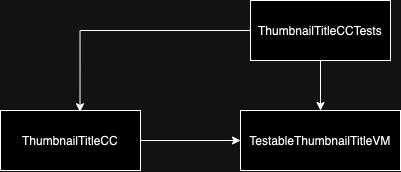
Above: MarvelSampleTests/Tests/BaseTableVC/BaseTableVCTests.drawio.png in hiren9697/MavelSample (draw.io), before the change. Source tidied: cells renumbered, new cells last; positions are measured from the earlier drawing's top-left corner, leaving out a move shared by most shapes. Its diagram source:
```xml
<mxGraphModel>
  <root>
    <mxCell id="0" />
    <mxCell id="1" parent="0" />
    <mxCell id="2" style="edgeStyle=orthogonalEdgeStyle;rounded=0;jettySize=auto;html=1;entryX=0.5;entryY=0;entryDx=0;entryDy=0;" parent="1" edge="1" source="3" target="6">
      <mxGeometry relative="1" as="geometry" />
    </mxCell>
    <mxCell id="3" value="ThumbnailTitleCCTests" style="rounded=0;whiteSpace=wrap;html=1;" parent="1" vertex="1">
      <mxGeometry x="250" width="140" height="60" as="geometry" />
    </mxCell>
    <mxCell id="4" style="edgeStyle=orthogonalEdgeStyle;rounded=0;jettySize=auto;html=1;" parent="1" edge="1" source="5" target="6">
      <mxGeometry relative="1" as="geometry" />
    </mxCell>
    <mxCell id="5" value="ThumbnailTitleCC" style="rounded=0;whiteSpace=wrap;html=1;" parent="1" vertex="1">
      <mxGeometry y="110" width="140" height="60" as="geometry" />
    </mxCell>
    <mxCell id="6" value="TestableThumbnailTitleVM" style="rounded=0;whiteSpace=wrap;html=1;" parent="1" vertex="1">
      <mxGeometry x="240" y="110" width="160" height="60" as="geometry" />
    </mxCell>
    <mxCell id="7" style="edgeStyle=orthogonalEdgeStyle;rounded=0;jettySize=auto;html=1;entryX=0.568;entryY=0.022;entryDx=0;entryDy=0;entryPerimeter=0;" parent="1" edge="1" source="3" target="5">
      <mxGeometry relative="1" as="geometry" />
    </mxCell>
  </root>
</mxGraphModel>
```
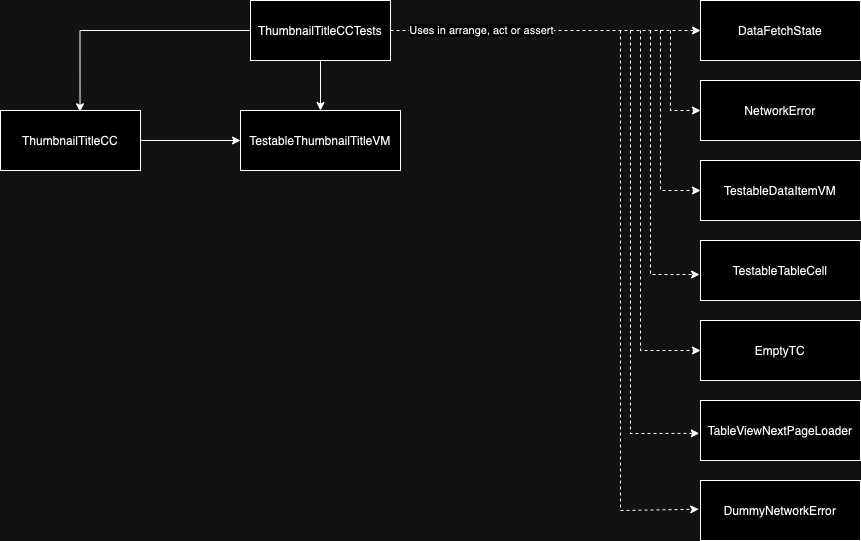
The same file after the commit.

The edit, as a diff of the source:
```diff
@@ -5,6 +5,14 @@
     <mxCell id="2" style="edgeStyle=orthogonalEdgeStyle;rounded=0;jettySize=auto;html=1;entryX=0.5;entryY=0;entryDx=0;entryDy=0;" parent="1" edge="1" source="3" target="6">
       <mxGeometry relative="1" as="geometry" />
     </mxCell>
+    <mxCell id="8" style="edgeStyle=orthogonalEdgeStyle;rounded=0;jettySize=auto;html=1;entryX=0;entryY=0.5;entryDx=0;entryDy=0;dashed=1;" parent="1" edge="1" source="3" target="10">
+      <mxGeometry relative="1" as="geometry" />
+    </mxCell>
+    <mxCell id="9" value="Uses in arrange, act or assert" style="edgeLabel;html=1;align=center;verticalAlign=middle;" parent="8" vertex="1">
+      <mxGeometry x="-0.62" y="1" relative="1" as="geometry">
+        <mxPoint x="31" y="1" as="offset" />
+      </mxGeometry>
+    </mxCell>
     <mxCell id="3" value="ThumbnailTitleCCTests" style="rounded=0;whiteSpace=wrap;html=1;" parent="1" vertex="1">
       <mxGeometry x="250" width="140" height="60" as="geometry" />
     </mxCell>
@@ -20,5 +28,75 @@
     <mxCell id="7" style="edgeStyle=orthogonalEdgeStyle;rounded=0;jettySize=auto;html=1;entryX=0.568;entryY=0.022;entryDx=0;entryDy=0;entryPerimeter=0;" parent="1" edge="1" source="3" target="5">
       <mxGeometry relative="1" as="geometry" />
     </mxCell>
+    <mxCell id="10" value="DataFetchState" style="rounded=0;whiteSpace=wrap;html=1;" parent="1" vertex="1">
+      <mxGeometry x="700" width="160" height="60" as="geometry" />
+    </mxCell>
+    <mxCell id="11" value="NetworkError" style="rounded=0;whiteSpace=wrap;html=1;" parent="1" vertex="1">
+      <mxGeometry x="700" y="80" width="160" height="60" as="geometry" />
+    </mxCell>
+    <mxCell id="12" value="TestableDataItemVM" style="rounded=0;whiteSpace=wrap;html=1;" parent="1" vertex="1">
+      <mxGeometry x="700" y="160" width="160" height="60" as="geometry" />
+    </mxCell>
+    <mxCell id="13" value="TestableTableCell" style="rounded=0;whiteSpace=wrap;html=1;" parent="1" vertex="1">
+      <mxGeometry x="700" y="240" width="160" height="60" as="geometry" />
+    </mxCell>
+    <mxCell id="14" value="EmptyTC" style="rounded=0;whiteSpace=wrap;html=1;" parent="1" vertex="1">
+      <mxGeometry x="700" y="320" width="160" height="60" as="geometry" />
+    </mxCell>
+    <mxCell id="15" value="TableViewNextPageLoader" style="rounded=0;whiteSpace=wrap;html=1;" parent="1" vertex="1">
+      <mxGeometry x="700" y="400" width="160" height="60" as="geometry" />
+    </mxCell>
+    <mxCell id="16" value="DummyNetworkError" style="rounded=0;whiteSpace=wrap;html=1;" parent="1" vertex="1">
+      <mxGeometry x="700" y="480" width="160" height="60" as="geometry" />
+    </mxCell>
+    <mxCell id="17" style="endArrow=classic;html=1;rounded=0;dashed=1;" parent="1" edge="1">
+      <mxGeometry relative="1" as="geometry">
+        <mxPoint x="670" y="30" as="sourcePoint" />
+        <mxPoint x="700" y="110" as="targetPoint" />
+        <Array as="points">
+          <mxPoint x="670" y="110" />
+        </Array>
+      </mxGeometry>
+    </mxCell>
+    <mxCell id="18" style="endArrow=classic;html=1;rounded=0;dashed=1;entryX=0;entryY=0.5;entryDx=0;entryDy=0;" parent="1" edge="1" target="12">
+      <mxGeometry relative="1" as="geometry">
+        <mxPoint x="660" y="30" as="sourcePoint" />
+        <Array as="points">
+          <mxPoint x="660" y="190" />
+        </Array>
+      </mxGeometry>
+    </mxCell>
+    <mxCell id="19" style="endArrow=classic;html=1;rounded=0;dashed=1;entryX=-0.006;entryY=0.567;entryDx=0;entryDy=0;entryPerimeter=0;" parent="1" edge="1" target="13">
+      <mxGeometry relative="1" as="geometry">
+        <mxPoint x="650" y="30" as="sourcePoint" />
+        <Array as="points">
+          <mxPoint x="650" y="274" />
+        </Array>
+      </mxGeometry>
+    </mxCell>
+    <mxCell id="20" style="endArrow=classic;html=1;rounded=0;dashed=1;entryX=0;entryY=0.5;entryDx=0;entryDy=0;" parent="1" edge="1" target="14">
+      <mxGeometry relative="1" as="geometry">
+        <mxPoint x="640" y="30" as="sourcePoint" />
+        <Array as="points">
+          <mxPoint x="640" y="350" />
+        </Array>
+      </mxGeometry>
+    </mxCell>
+    <mxCell id="21" style="endArrow=classic;html=1;rounded=0;dashed=1;entryX=-0.008;entryY=0.548;entryDx=0;entryDy=0;entryPerimeter=0;" parent="1" edge="1" target="15">
+      <mxGeometry relative="1" as="geometry">
+        <mxPoint x="630" y="30" as="sourcePoint" />
+        <Array as="points">
+          <mxPoint x="630" y="433" />
+        </Array>
+      </mxGeometry>
+    </mxCell>
+    <mxCell id="22" style="endArrow=classic;html=1;rounded=0;dashed=1;entryX=-0.011;entryY=0.479;entryDx=0;entryDy=0;entryPerimeter=0;" parent="1" edge="1" target="16">
+      <mxGeometry relative="1" as="geometry">
+        <mxPoint x="620" y="30" as="sourcePoint" />
+        <Array as="points">
+          <mxPoint x="620" y="510" />
+        </Array>
+      </mxGeometry>
+    </mxCell>
   </root>
 </mxGraphModel>
```
